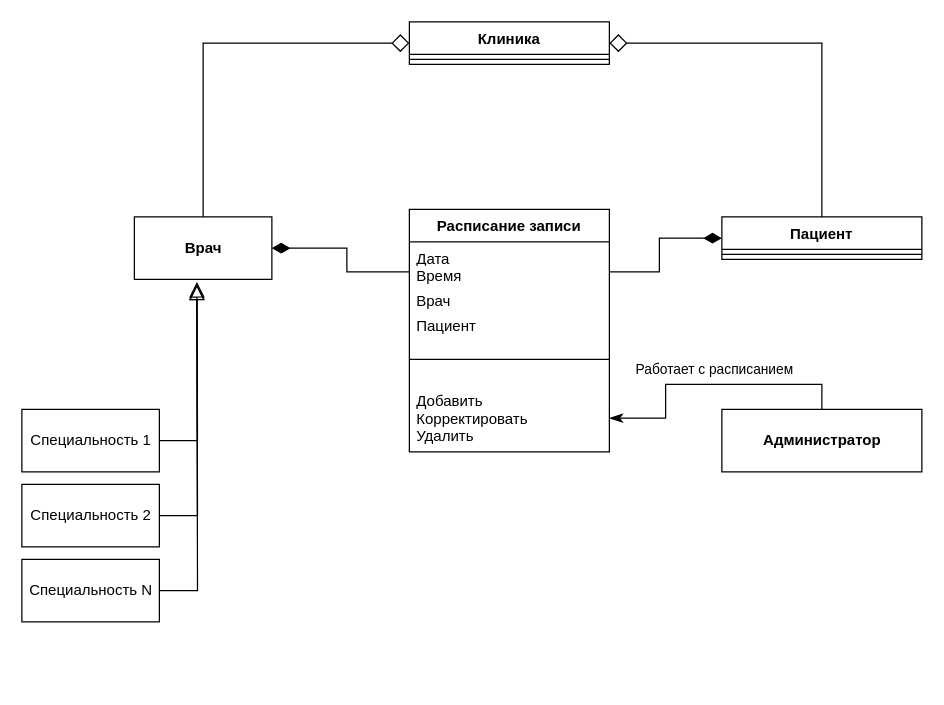
Earlier version of the draw.io diagram Untitled Diagram.drawio (macarenko/EnterprisePatterns). Source tidied: cells renumbered, new cells numbered last; positions are measured from the earlier drawing's top-left corner, leaving out a move shared by most shapes. Both pictures are drawn from the tidied source at 125%, with x=0, y=0 at pixel (21, 21).
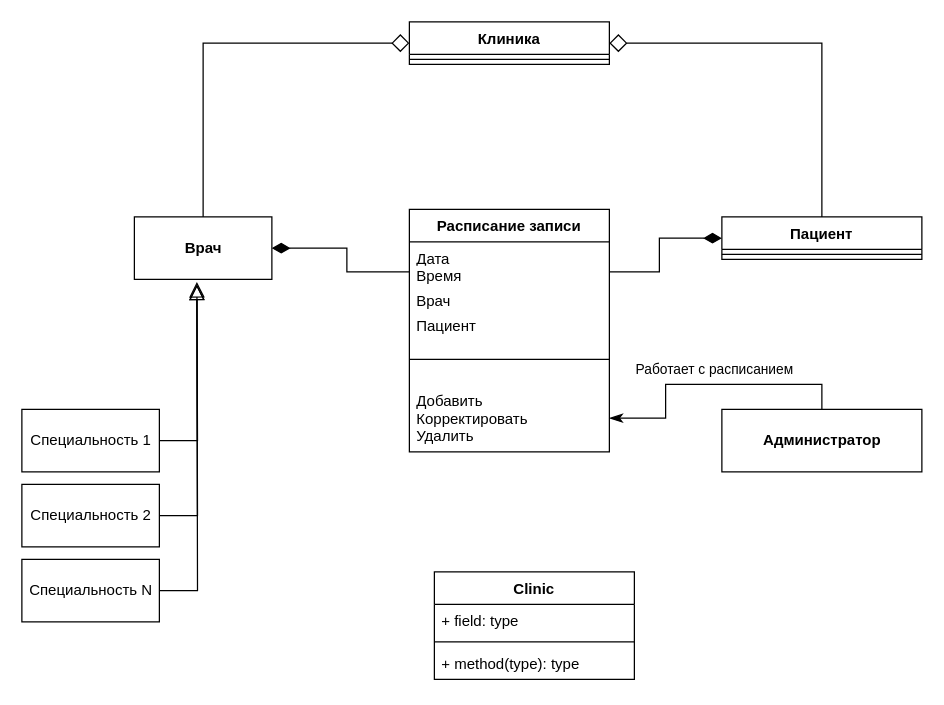
Above is the later version.

The edit, as a diff of the source:
```diff
@@
+    <mxCell id="27" value="Clinic" style="swimlane;fontStyle=1;align=center;verticalAlign=top;horizontal=1;startSize=26;" parent="1" vertex="1">
+      <mxGeometry x="330" y="440" width="160" height="86" as="geometry" />
+    </mxCell>
+    <mxCell id="28" value="+ field: type" style="text;strokeColor=none;fillColor=none;align=left;verticalAlign=top;spacingLeft=4;spacingRight=4;overflow=hidden;" parent="27" vertex="1">
+      <mxGeometry y="26" width="160" height="26" as="geometry" />
+    </mxCell>
+    <mxCell id="29" style="line;strokeWidth=1;fillColor=none;align=left;verticalAlign=middle;spacingTop=-1;spacingLeft=3;spacingRight=3;labelPosition=right;" parent="27" vertex="1">
+      <mxGeometry y="52" width="160" height="8" as="geometry" />
+    </mxCell>
+    <mxCell id="30" value="+ method(type): type" style="text;strokeColor=none;fillColor=none;align=left;verticalAlign=top;spacingLeft=4;spacingRight=4;overflow=hidden;" parent="27" vertex="1">
+      <mxGeometry y="60" width="160" height="26" as="geometry" />
+    </mxCell>
```
